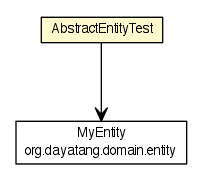
This is dddlib-domain/testapidocs/org/dayatang/domain/AbstractEntityTest.png from dayatang/dddlib, a Graphviz export, as it was before one commit. Its source is kept beside it as dddlib-domain/testapidocs/org/dayatang/domain/AbstractEntityTest.dot. Its diagram source:
```dot

digraph G {
	edge [fontname="Helvetica",fontsize=10,labelfontname="Helvetica",labelfontsize=10];
	node [fontname="Helvetica",fontsize=10,shape=plaintext];
	nodesep=0.25;
	ranksep=0.5;
	c664 [label=<<table title="org.dayatang.domain.AbstractEntityTest" border="0" cellborder="1" cellspacing="0" cellpadding="2" port="p" bgcolor="lemonChiffon" href="./AbstractEntityTest.html">
		<tr><td><table border="0" cellspacing="0" cellpadding="1">
<tr><td align="center" balign="center"> AbstractEntityTest </td></tr>
		</table></td></tr>
		</table>>, URL="./AbstractEntityTest.html", fontname="Helvetica", fontcolor="black", fontsize=10.0];
	c668 [label=<<table title="org.dayatang.domain.entity.MyEntity" border="0" cellborder="1" cellspacing="0" cellpadding="2" port="p" href="./entity/MyEntity.html">
		<tr><td><table border="0" cellspacing="0" cellpadding="1">
<tr><td align="center" balign="center"> MyEntity </td></tr>
<tr><td align="center" balign="center"> org.dayatang.domain.entity </td></tr>
		</table></td></tr>
		</table>>, URL="./entity/MyEntity.html", fontname="Helvetica", fontcolor="black", fontsize=10.0];
	c664:p -> c668:p [taillabel="", label=" "headlabel="", fontname="Helvetica", fontcolor="black", fontsize=10.0, color="black", arrowhead=open];
}
```
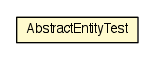
After the change.

What changed in the source:
```diff
@@ -4,16 +4,9 @@
 	node [fontname="Helvetica",fontsize=10,shape=plaintext];
 	nodesep=0.25;
 	ranksep=0.5;
-	c664 [label=<<table title="org.dayatang.domain.AbstractEntityTest" border="0" cellborder="1" cellspacing="0" cellpadding="2" port="p" bgcolor="lemonChiffon" href="./AbstractEntityTest.html">
+	c657 [label=<<table title="org.dayatang.domain.AbstractEntityTest" border="0" cellborder="1" cellspacing="0" cellpadding="2" port="p" bgcolor="lemonChiffon" href="./AbstractEntityTest.html">
 		<tr><td><table border="0" cellspacing="0" cellpadding="1">
 <tr><td align="center" balign="center"> AbstractEntityTest </td></tr>
 		</table></td></tr>
 		</table>>, URL="./AbstractEntityTest.html", fontname="Helvetica", fontcolor="black", fontsize=10.0];
-	c668 [label=<<table title="org.dayatang.domain.entity.MyEntity" border="0" cellborder="1" cellspacing="0" cellpadding="2" port="p" href="./entity/MyEntity.html">
-		<tr><td><table border="0" cellspacing="0" cellpadding="1">
-<tr><td align="center" balign="center"> MyEntity </td></tr>
-<tr><td align="center" balign="center"> org.dayatang.domain.entity </td></tr>
-		</table></td></tr>
-		</table>>, URL="./entity/MyEntity.html", fontname="Helvetica", fontcolor="black", fontsize=10.0];
-	c664:p -> c668:p [taillabel="", label=" "headlabel="", fontname="Helvetica", fontcolor="black", fontsize=10.0, color="black", arrowhead=open];
 }
```
